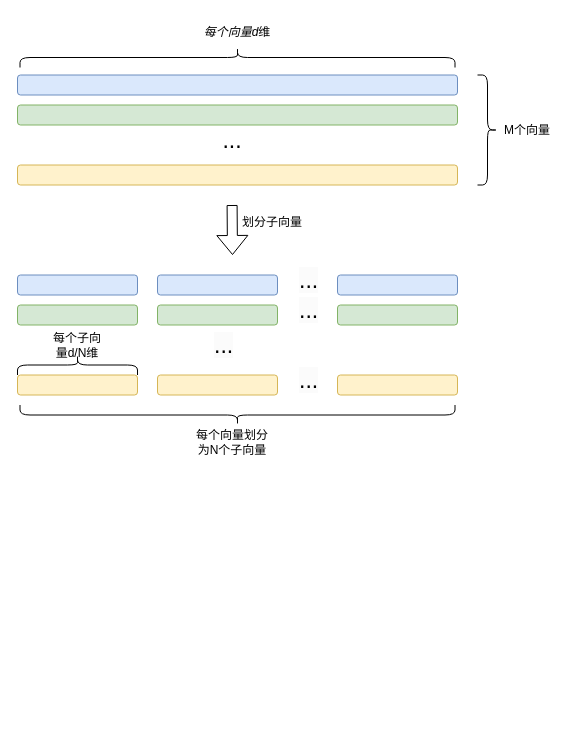
Before: drawio/未命名绘图.drawio in AirGalaxy/faiss_note, a draw.io diagram. Source tidied: cells renumbered, new cells numbered last; positions are measured from the earlier drawing's top-left corner, leaving out a move shared by most shapes. Both pictures are drawn from the tidied source at 100%, with x=0, y=0 at pixel (17, -161).
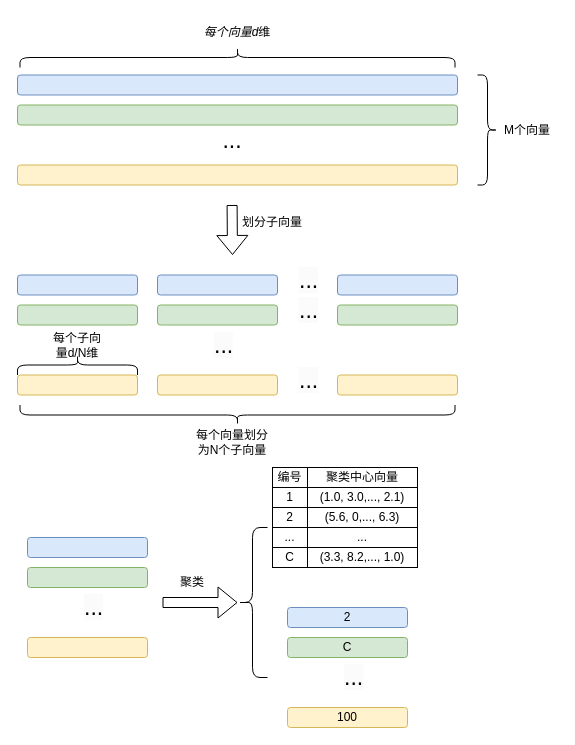
The same diagram, later.

The edit, as a diff of the source:
```diff
@@
+    <mxCell id="29" style="rounded=1;whiteSpace=wrap;html=1;fillColor=#dae8fc;strokeColor=#6c8ebf;" parent="1" vertex="1">
+      <mxGeometry x="10" y="698" width="120" height="20" as="geometry" />
+    </mxCell>
+    <mxCell id="30" style="rounded=1;whiteSpace=wrap;html=1;fillColor=#d5e8d4;strokeColor=#82b366;" parent="1" vertex="1">
+      <mxGeometry x="10" y="728" width="120" height="20" as="geometry" />
+    </mxCell>
+    <mxCell id="31" style="rounded=1;whiteSpace=wrap;html=1;fillColor=#fff2cc;strokeColor=#d6b656;" parent="1" vertex="1">
+      <mxGeometry x="10" y="798" width="120" height="20" as="geometry" />
+    </mxCell>
+    <mxCell id="32" value="&lt;span style=&quot;color: rgb(0, 0, 0); font-family: Helvetica; font-size: 23px; font-style: normal; font-variant-ligatures: normal; font-variant-caps: normal; font-weight: 400; letter-spacing: normal; orphans: 2; text-align: center; text-indent: 0px; text-transform: none; widows: 2; word-spacing: 0px; -webkit-text-stroke-width: 0px; background-color: rgb(251, 251, 251); text-decoration-thickness: initial; text-decoration-style: initial; text-decoration-color: initial; float: none; display: inline !important;&quot;&gt;...&lt;/span&gt;" style="text;whiteSpace=wrap;html=1;" parent="1" vertex="1">
+      <mxGeometry x="65" y="748" width="50" height="50" as="geometry" />
+    </mxCell>
+    <mxCell id="33" style="shape=flexArrow;endArrow=classic;html=1;rounded=0;" parent="1" edge="1">
+      <mxGeometry relative="1" as="geometry">
+        <mxPoint x="145" y="763" as="sourcePoint" />
+        <mxPoint x="220" y="763" as="targetPoint" />
+      </mxGeometry>
+    </mxCell>
+    <mxCell id="34" value="聚类" style="text;strokeColor=none;align=center;fillColor=none;html=1;verticalAlign=middle;whiteSpace=wrap;rounded=0;" parent="1" vertex="1">
+      <mxGeometry x="145" y="728" width="60" height="30" as="geometry" />
+    </mxCell>
+    <mxCell id="35" value="1" style="rounded=0;whiteSpace=wrap;html=1;" parent="1" vertex="1">
+      <mxGeometry x="255" y="648" width="35" height="20" as="geometry" />
+    </mxCell>
+    <mxCell id="36" value="(1.0, 3.0,..., 2.1)" style="rounded=0;whiteSpace=wrap;html=1;" parent="1" vertex="1">
+      <mxGeometry x="290" y="648" width="110" height="20" as="geometry" />
+    </mxCell>
+    <mxCell id="37" value="编号" style="rounded=0;whiteSpace=wrap;html=1;" parent="1" vertex="1">
+      <mxGeometry x="255" y="628" width="35" height="20" as="geometry" />
+    </mxCell>
+    <mxCell id="38" value="聚类中心向量" style="rounded=0;whiteSpace=wrap;html=1;" parent="1" vertex="1">
+      <mxGeometry x="290" y="628" width="110" height="20" as="geometry" />
+    </mxCell>
+    <mxCell id="39" value="2" style="rounded=0;whiteSpace=wrap;html=1;" parent="1" vertex="1">
+      <mxGeometry x="255" y="668" width="35" height="20" as="geometry" />
+    </mxCell>
+    <mxCell id="40" value="(5.6, 0,..., 6.3)" style="rounded=0;whiteSpace=wrap;html=1;" parent="1" vertex="1">
+      <mxGeometry x="290" y="668" width="110" height="20" as="geometry" />
+    </mxCell>
+    <mxCell id="41" value="..." style="rounded=0;whiteSpace=wrap;html=1;" parent="1" vertex="1">
+      <mxGeometry x="255" y="688" width="35" height="20" as="geometry" />
+    </mxCell>
+    <mxCell id="42" value="..." style="rounded=0;whiteSpace=wrap;html=1;" parent="1" vertex="1">
+      <mxGeometry x="290" y="688" width="110" height="20" as="geometry" />
+    </mxCell>
+    <mxCell id="43" value="C" style="rounded=0;whiteSpace=wrap;html=1;" parent="1" vertex="1">
+      <mxGeometry x="255" y="708" width="35" height="20" as="geometry" />
+    </mxCell>
+    <mxCell id="44" value="(3.3, 8.2,..., 1.0)" style="rounded=0;whiteSpace=wrap;html=1;" parent="1" vertex="1">
+      <mxGeometry x="290" y="708" width="110" height="20" as="geometry" />
+    </mxCell>
+    <mxCell id="45" value="2" style="rounded=1;whiteSpace=wrap;html=1;fillColor=#dae8fc;strokeColor=#6c8ebf;" parent="1" vertex="1">
+      <mxGeometry x="270" y="768" width="120" height="20" as="geometry" />
+    </mxCell>
+    <mxCell id="46" value="C" style="rounded=1;whiteSpace=wrap;html=1;fillColor=#d5e8d4;strokeColor=#82b366;" parent="1" vertex="1">
+      <mxGeometry x="270" y="798" width="120" height="20" as="geometry" />
+    </mxCell>
+    <mxCell id="47" value="100" style="rounded=1;whiteSpace=wrap;html=1;fillColor=#fff2cc;strokeColor=#d6b656;" parent="1" vertex="1">
+      <mxGeometry x="270" y="868" width="120" height="20" as="geometry" />
+    </mxCell>
+    <mxCell id="48" value="&lt;span style=&quot;color: rgb(0, 0, 0); font-family: Helvetica; font-size: 23px; font-style: normal; font-variant-ligatures: normal; font-variant-caps: normal; font-weight: 400; letter-spacing: normal; orphans: 2; text-align: center; text-indent: 0px; text-transform: none; widows: 2; word-spacing: 0px; -webkit-text-stroke-width: 0px; background-color: rgb(251, 251, 251); text-decoration-thickness: initial; text-decoration-style: initial; text-decoration-color: initial; float: none; display: inline !important;&quot;&gt;...&lt;/span&gt;" style="text;whiteSpace=wrap;html=1;" parent="1" vertex="1">
+      <mxGeometry x="325" y="818" width="50" height="50" as="geometry" />
+    </mxCell>
+    <mxCell id="49" style="shape=curlyBracket;whiteSpace=wrap;html=1;rounded=1;labelPosition=left;verticalLabelPosition=middle;align=right;verticalAlign=middle;" parent="1" vertex="1">
+      <mxGeometry x="220" y="688" width="30" height="150" as="geometry" />
+    </mxCell>
```
